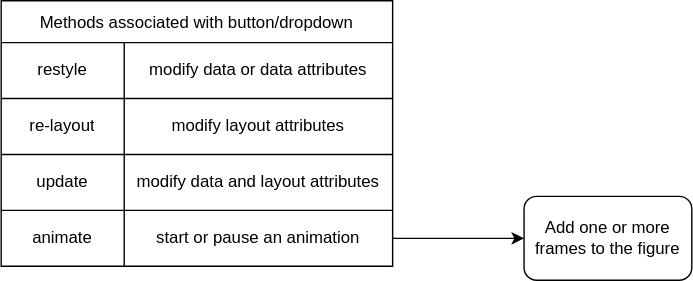
Earlier version of the draw.io export src/content/docs/Python/packages/plotly_interactive.drawio.svg (ritesh28/cheats-starlight). Source tidied: cells renumbered, new cells last; positions are measured from the earlier drawing's top-left corner, leaving out a move shared by most shapes. Its diagram source:
```xml
<mxGraphModel>
  <root>
    <mxCell id="0" />
    <mxCell id="1" parent="0" />
    <mxCell id="2" value="Methods associated with button/dropdown" style="shape=table;startSize=30;" parent="1" vertex="1">
      <mxGeometry width="280" height="190" as="geometry" />
    </mxCell>
    <mxCell id="3" style="shape=tableRow;horizontal=0;startSize=0;swimlaneHead=0;swimlaneBody=0;strokeColor=inherit;top=0;left=0;bottom=0;right=0;fillColor=none;" parent="2" vertex="1">
      <mxGeometry y="30" width="280" height="40" as="geometry" />
    </mxCell>
    <mxCell id="4" value="restyle" style="shape=partialRectangle;html=1;whiteSpace=wrap;strokeColor=inherit;overflow=hidden;fillColor=none;top=0;left=0;bottom=0;right=0;" parent="3" vertex="1">
      <mxGeometry width="88" height="40" as="geometry" />
    </mxCell>
    <mxCell id="5" value="modify data or data attributes" style="shape=partialRectangle;html=1;whiteSpace=wrap;strokeColor=inherit;overflow=hidden;fillColor=none;top=0;left=0;bottom=0;right=0;" parent="3" vertex="1">
      <mxGeometry x="88" width="192" height="40" as="geometry" />
    </mxCell>
    <mxCell id="6" style="shape=tableRow;horizontal=0;startSize=0;swimlaneHead=0;swimlaneBody=0;strokeColor=inherit;top=0;left=0;bottom=0;right=0;fillColor=none;" parent="2" vertex="1">
      <mxGeometry y="70" width="280" height="40" as="geometry" />
    </mxCell>
    <mxCell id="7" value="re-layout" style="shape=partialRectangle;html=1;whiteSpace=wrap;strokeColor=inherit;overflow=hidden;fillColor=none;top=0;left=0;bottom=0;right=0;" parent="6" vertex="1">
      <mxGeometry width="88" height="40" as="geometry" />
    </mxCell>
    <mxCell id="8" value="modify layout attributes" style="shape=partialRectangle;html=1;whiteSpace=wrap;strokeColor=inherit;overflow=hidden;fillColor=none;top=0;left=0;bottom=0;right=0;" parent="6" vertex="1">
      <mxGeometry x="88" width="192" height="40" as="geometry" />
    </mxCell>
    <mxCell id="9" style="shape=tableRow;horizontal=0;startSize=0;swimlaneHead=0;swimlaneBody=0;strokeColor=inherit;top=0;left=0;bottom=0;right=0;fillColor=none;" parent="2" vertex="1">
      <mxGeometry y="110" width="280" height="40" as="geometry" />
    </mxCell>
    <mxCell id="10" value="update" style="shape=partialRectangle;html=1;whiteSpace=wrap;strokeColor=inherit;overflow=hidden;fillColor=none;top=0;left=0;bottom=0;right=0;" parent="9" vertex="1">
      <mxGeometry width="88" height="40" as="geometry" />
    </mxCell>
    <mxCell id="11" value="modify data and layout attributes" style="shape=partialRectangle;html=1;whiteSpace=wrap;strokeColor=inherit;overflow=hidden;fillColor=none;top=0;left=0;bottom=0;right=0;" parent="9" vertex="1">
      <mxGeometry x="88" width="192" height="40" as="geometry" />
    </mxCell>
    <mxCell id="12" style="shape=tableRow;horizontal=0;startSize=0;swimlaneHead=0;swimlaneBody=0;strokeColor=inherit;top=0;left=0;bottom=0;right=0;fillColor=none;points=[[0,0.5],[1,0.5]];portConstraint=eastwest;" parent="2" vertex="1">
      <mxGeometry y="150" width="280" height="40" as="geometry" />
    </mxCell>
    <mxCell id="13" value="animate" style="shape=partialRectangle;html=1;whiteSpace=wrap;strokeColor=inherit;overflow=hidden;fillColor=none;top=0;left=0;bottom=0;right=0;" parent="12" vertex="1">
      <mxGeometry width="88" height="40" as="geometry" />
    </mxCell>
    <mxCell id="14" value="start or pause an animation" style="shape=partialRectangle;html=1;whiteSpace=wrap;strokeColor=inherit;overflow=hidden;fillColor=none;top=0;left=0;bottom=0;right=0;" parent="12" vertex="1">
      <mxGeometry x="88" width="192" height="40" as="geometry" />
    </mxCell>
    <mxCell id="15" value="Add one or more frames to the figure" style="rounded=1;whiteSpace=wrap;html=1;" parent="1" vertex="1">
      <mxGeometry x="374" y="140" width="120" height="60" as="geometry" />
    </mxCell>
    <mxCell id="16" style="edgeStyle=none;html=1;entryX=0;entryY=0.5;entryDx=0;entryDy=0;" parent="1" edge="1" source="12" target="15">
      <mxGeometry relative="1" as="geometry" />
    </mxCell>
  </root>
</mxGraphModel>
```
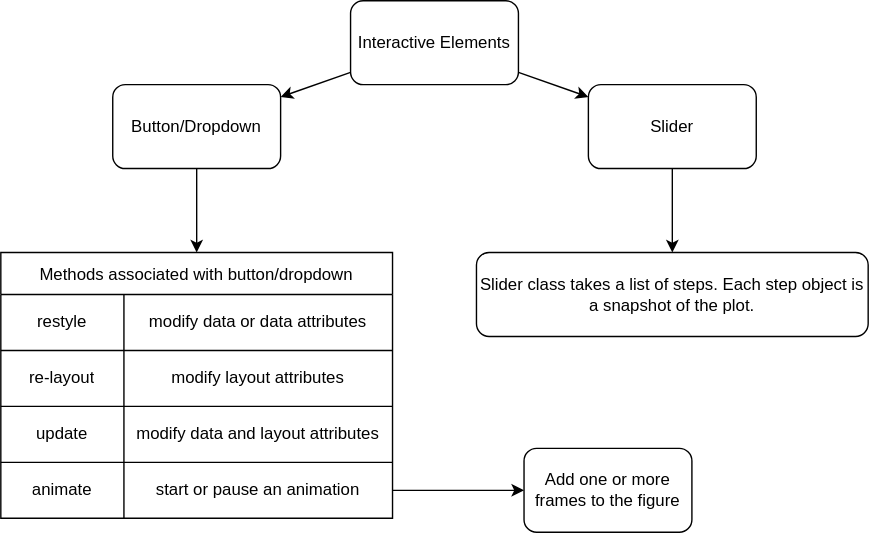
After the change.

What changed in the source:
```diff
@@ -47,5 +47,29 @@
     <mxCell id="16" style="edgeStyle=none;html=1;entryX=0;entryY=0.5;entryDx=0;entryDy=0;" parent="1" edge="1" source="12" target="15">
       <mxGeometry relative="1" as="geometry" />
     </mxCell>
+    <mxCell id="17" style="edgeStyle=none;html=1;" parent="1" edge="1" source="19" target="21">
+      <mxGeometry relative="1" as="geometry" />
+    </mxCell>
+    <mxCell id="18" style="edgeStyle=none;html=1;" parent="1" edge="1" source="19" target="23">
+      <mxGeometry relative="1" as="geometry" />
+    </mxCell>
+    <mxCell id="19" value="Interactive Elements" style="rounded=1;whiteSpace=wrap;html=1;" parent="1" vertex="1">
+      <mxGeometry x="250" y="-180" width="120" height="60" as="geometry" />
+    </mxCell>
+    <mxCell id="20" style="edgeStyle=none;html=1;" parent="1" edge="1" source="21" target="24">
+      <mxGeometry relative="1" as="geometry" />
+    </mxCell>
+    <mxCell id="21" value="Slider" style="rounded=1;whiteSpace=wrap;html=1;" parent="1" vertex="1">
+      <mxGeometry x="420" y="-120" width="120" height="60" as="geometry" />
+    </mxCell>
+    <mxCell id="22" style="edgeStyle=none;html=1;entryX=0.5;entryY=0;entryDx=0;entryDy=0;" parent="1" edge="1" source="23" target="2">
+      <mxGeometry relative="1" as="geometry" />
+    </mxCell>
+    <mxCell id="23" value="Button/Dropdown" style="rounded=1;whiteSpace=wrap;html=1;" parent="1" vertex="1">
+      <mxGeometry x="80" y="-120" width="120" height="60" as="geometry" />
+    </mxCell>
+    <mxCell id="24" value="Slider class takes a list of steps. Each step object is a snapshot of the plot." style="rounded=1;whiteSpace=wrap;html=1;" parent="1" vertex="1">
+      <mxGeometry x="340" width="280" height="60" as="geometry" />
+    </mxCell>
   </root>
 </mxGraphModel>
```
